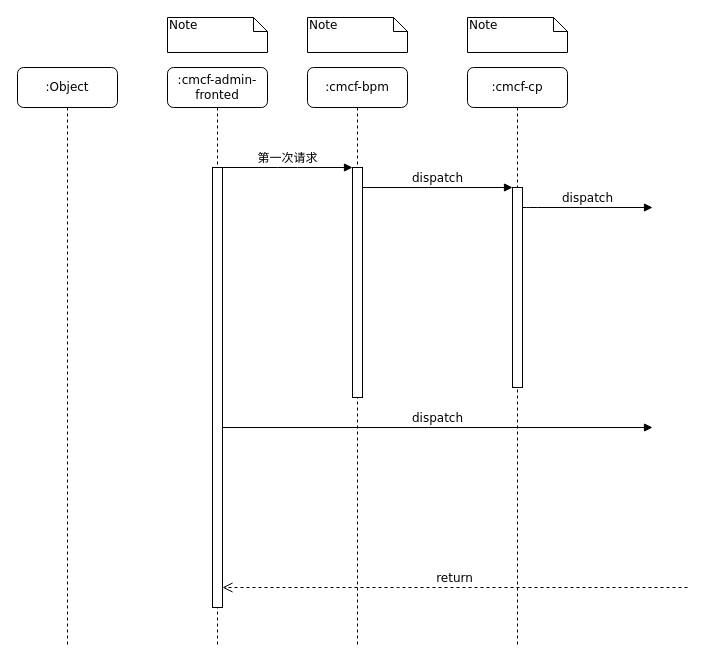
Before: Untitled Diagram.drawio in king-Fong/draws, a draw.io diagram. Source tidied: cells renumbered, new cells numbered last; positions are measured from the earlier drawing's top-left corner, leaving out a move shared by most shapes. Both pictures are drawn from the tidied source at 100%, with x=0, y=0 at pixel (17, 17).
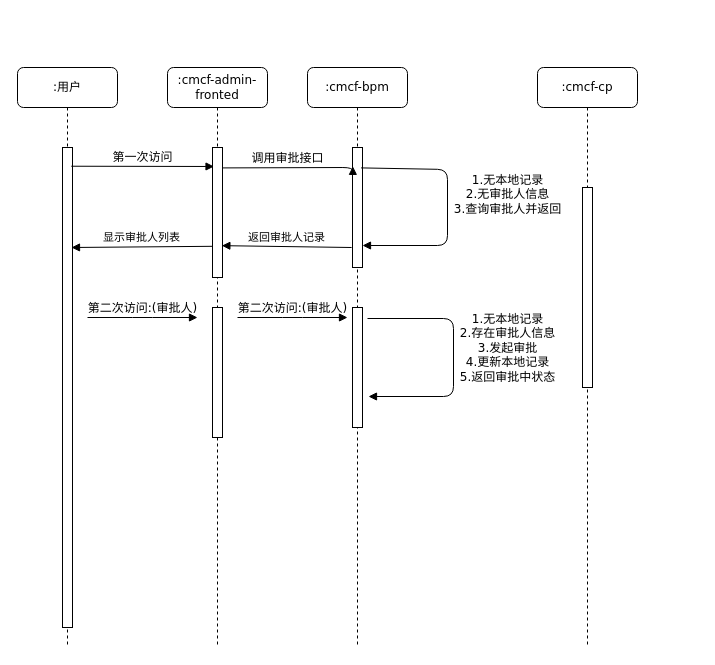
The same page after the edit.

Unchanged cells that the change refers to:
```xml
<mxCell id="2" value=":cmcf-bpm" style="shape=umlLifeline;perimeter=lifelinePerimeter;whiteSpace=wrap;html=1;rounded=1;shadow=0;comic=0;labelBackgroundColor=none;strokeWidth=1;fontFamily=Verdana;fontSize=12;align=center;" parent="1" vertex="1">
  <mxGeometry x="290" y="50" width="100" height="580" as="geometry" />
</mxCell>
<mxCell id="5" style="html=1;points=[];perimeter=orthogonalPerimeter;rounded=0;shadow=0;comic=0;labelBackgroundColor=none;strokeWidth=1;fontFamily=Verdana;fontSize=12;align=center;" parent="4" vertex="1">
  <mxGeometry x="45" y="120" width="10" height="200" as="geometry" />
</mxCell>
<mxCell id="6" value=":cmcf-admin-fronted" style="shape=umlLifeline;perimeter=lifelinePerimeter;whiteSpace=wrap;html=1;rounded=1;shadow=0;comic=0;labelBackgroundColor=none;strokeWidth=1;fontFamily=Verdana;fontSize=12;align=center;" parent="1" vertex="1">
  <mxGeometry x="150" y="50" width="100" height="580" as="geometry" />
</mxCell>
```

What changed in the source:
```diff
@@
     <mxCell id="3" style="html=1;points=[];perimeter=orthogonalPerimeter;rounded=0;shadow=0;comic=0;labelBackgroundColor=none;strokeWidth=1;fontFamily=Verdana;fontSize=12;align=center;" parent="2" vertex="1">
-      <mxGeometry x="45" y="100" width="10" height="230" as="geometry" />
+      <mxGeometry x="45" y="80" width="10" height="120" as="geometry" />
     </mxCell>
+    <mxCell id="17" value="1.无本地记录&lt;div&gt;2.无审批人信息&lt;br&gt;&lt;div&gt;3.查询审批人并返回&lt;/div&gt;&lt;/div&gt;" style="html=1;verticalAlign=bottom;endArrow=block;labelBackgroundColor=none;fontFamily=Verdana;fontSize=12;edgeStyle=elbowEdgeStyle;elbow=horizontal;exitX=0.859;exitY=0.17;exitDx=0;exitDy=0;exitPerimeter=0;" parent="2" edge="1" source="3" target="3">
+      <mxGeometry x="0.09" y="60" relative="1" as="geometry">
+        <Array as="points">
+          <mxPoint x="140" y="102" />
+        </Array>
+      </mxGeometry>
+    </mxCell>
+    <mxCell id="18" style="html=1;perimeter=orthogonalPerimeter;rounded=0;shadow=0;comic=0;labelBackgroundColor=none;strokeWidth=1;fontFamily=Verdana;fontSize=12;align=center;" parent="2" vertex="1">
+      <mxGeometry x="45" y="240" width="10" height="120" as="geometry" />
+    </mxCell>
     <mxCell id="4" value=":cmcf-cp" style="shape=umlLifeline;perimeter=lifelinePerimeter;whiteSpace=wrap;html=1;rounded=1;shadow=0;comic=0;labelBackgroundColor=none;strokeWidth=1;fontFamily=Verdana;fontSize=12;align=center;" parent="1" vertex="1">
-      <mxGeometry x="450" y="50" width="100" height="580" as="geometry" />
+      <mxGeometry x="520" y="50" width="100" height="580" as="geometry" />
     </mxCell>
@@
     <mxCell id="7" style="html=1;points=[];perimeter=orthogonalPerimeter;rounded=0;shadow=0;comic=0;labelBackgroundColor=none;strokeWidth=1;fontFamily=Verdana;fontSize=12;align=center;" parent="6" vertex="1">
-      <mxGeometry x="45" y="100" width="10" height="440" as="geometry" />
+      <mxGeometry x="45" y="80" width="10" height="130" as="geometry" />
     </mxCell>
-    <mxCell id="8" value="dispatch" style="html=1;verticalAlign=bottom;endArrow=block;labelBackgroundColor=none;fontFamily=Verdana;fontSize=12;edgeStyle=elbowEdgeStyle;elbow=vertical;" parent="1" edge="1" source="5">
-      <mxGeometry relative="1" as="geometry">
-        <mxPoint x="635" y="190" as="targetPoint" />
-        <Array as="points">
-          <mxPoint x="510" y="190" />
-        </Array>
-      </mxGeometry>
-    </mxCell>
-    <mxCell id="9" value="dispatch" style="html=1;verticalAlign=bottom;endArrow=block;entryX=0;entryY=0;labelBackgroundColor=none;fontFamily=Verdana;fontSize=12;" parent="1" edge="1" source="7">
-      <mxGeometry relative="1" as="geometry">
-        <mxPoint x="635" y="410" as="targetPoint" />
-      </mxGeometry>
-    </mxCell>
-    <mxCell id="10" value="return" style="html=1;verticalAlign=bottom;endArrow=open;dashed=1;endSize=8;labelBackgroundColor=none;fontFamily=Verdana;fontSize=12;edgeStyle=elbowEdgeStyle;elbow=vertical;" parent="1" edge="1" target="7">
-      <mxGeometry relative="1" as="geometry">
-        <mxPoint x="670" y="570" as="sourcePoint" />
-        <Array as="points">
-          <mxPoint x="370" y="570" />
-        </Array>
-      </mxGeometry>
-    </mxCell>
-    <mxCell id="11" value="第一次请求" style="html=1;verticalAlign=bottom;endArrow=block;entryX=0;entryY=0;labelBackgroundColor=none;fontFamily=Verdana;fontSize=12;edgeStyle=elbowEdgeStyle;elbow=vertical;" parent="1" edge="1" source="7" target="3">
-      <mxGeometry relative="1" as="geometry" />
-    </mxCell>
+    <mxCell id="19" value="第二次访问:(审批人)" style="html=1;verticalAlign=bottom;endArrow=block;labelBackgroundColor=none;fontFamily=Verdana;fontSize=12;edgeStyle=elbowEdgeStyle;elbow=vertical;" parent="6" edge="1">
+      <mxGeometry relative="1" as="geometry">
+        <mxPoint x="-80" y="250" as="sourcePoint" />
+        <mxPoint x="30" y="250" as="targetPoint" />
+      </mxGeometry>
+    </mxCell>
+    <mxCell id="20" style="html=1;perimeter=orthogonalPerimeter;rounded=0;shadow=0;comic=0;labelBackgroundColor=none;strokeWidth=1;fontFamily=Verdana;fontSize=12;align=center;" parent="6" vertex="1">
+      <mxGeometry x="45" y="240" width="10" height="130" as="geometry" />
+    </mxCell>
+    <mxCell id="21" value="第二次访问:(审批人)" style="html=1;verticalAlign=bottom;endArrow=block;labelBackgroundColor=none;fontFamily=Verdana;fontSize=12;edgeStyle=elbowEdgeStyle;elbow=vertical;" parent="6" edge="1">
+      <mxGeometry relative="1" as="geometry">
+        <mxPoint x="70" y="250" as="sourcePoint" />
+        <mxPoint x="180" y="250" as="targetPoint" />
+      </mxGeometry>
+    </mxCell>
-    <mxCell id="12" value="dispatch" style="html=1;verticalAlign=bottom;endArrow=block;entryX=0;entryY=0;labelBackgroundColor=none;fontFamily=Verdana;fontSize=12;edgeStyle=elbowEdgeStyle;elbow=vertical;" parent="1" edge="1" source="3" target="5">
+    <mxCell id="12" value="调用审批接口" style="html=1;verticalAlign=bottom;endArrow=block;labelBackgroundColor=none;fontFamily=Verdana;fontSize=12;edgeStyle=elbowEdgeStyle;elbow=vertical;exitX=0.976;exitY=0.157;exitDx=0;exitDy=0;exitPerimeter=0;entryX=0.035;entryY=0.157;entryDx=0;entryDy=0;entryPerimeter=0;" parent="1" edge="1" source="7" target="3">
       <mxGeometry relative="1" as="geometry" />
     </mxCell>
-    <mxCell id="13" value="Note" style="shape=note;whiteSpace=wrap;html=1;size=14;verticalAlign=top;align=left;spacingTop=-6;rounded=0;shadow=0;comic=0;labelBackgroundColor=none;strokeWidth=1;fontFamily=Verdana;fontSize=12;" parent="1" vertex="1">
-      <mxGeometry x="150" width="100" height="35" as="geometry" />
-    </mxCell>
-    <mxCell id="14" value="Note" style="shape=note;whiteSpace=wrap;html=1;size=14;verticalAlign=top;align=left;spacingTop=-6;rounded=0;shadow=0;comic=0;labelBackgroundColor=none;strokeWidth=1;fontFamily=Verdana;fontSize=12;" parent="1" vertex="1">
-      <mxGeometry x="290" width="100" height="35" as="geometry" />
-    </mxCell>
-    <mxCell id="15" value="Note" style="shape=note;whiteSpace=wrap;html=1;size=14;verticalAlign=top;align=left;spacingTop=-6;rounded=0;shadow=0;comic=0;labelBackgroundColor=none;strokeWidth=1;fontFamily=Verdana;fontSize=12;" parent="1" vertex="1">
-      <mxGeometry x="450" width="100" height="35" as="geometry" />
-    </mxCell>
-    <mxCell id="16" value=":Object" style="shape=umlLifeline;perimeter=lifelinePerimeter;whiteSpace=wrap;html=1;rounded=1;shadow=0;comic=0;labelBackgroundColor=none;strokeWidth=1;fontFamily=Verdana;fontSize=12;align=center;" parent="1" vertex="1">
+    <mxCell id="16" value=":用户" style="shape=umlLifeline;perimeter=lifelinePerimeter;whiteSpace=wrap;html=1;rounded=1;shadow=0;comic=0;labelBackgroundColor=none;strokeWidth=1;fontFamily=Verdana;fontSize=12;align=center;" parent="1" vertex="1">
       <mxGeometry y="50" width="100" height="580" as="geometry" />
     </mxCell>
+    <mxCell id="22" style="html=1;points=[];perimeter=orthogonalPerimeter;rounded=0;shadow=0;comic=0;labelBackgroundColor=none;strokeWidth=1;fontFamily=Verdana;fontSize=12;align=center;" parent="16" vertex="1">
+      <mxGeometry x="45" y="80" width="10" height="480" as="geometry" />
+    </mxCell>
+    <mxCell id="23" value="第一次访问" style="html=1;verticalAlign=bottom;endArrow=block;labelBackgroundColor=none;fontFamily=Verdana;fontSize=12;edgeStyle=elbowEdgeStyle;elbow=vertical;exitX=0.878;exitY=0.039;exitDx=0;exitDy=0;exitPerimeter=0;entryX=0.153;entryY=0.148;entryDx=0;entryDy=0;entryPerimeter=0;" parent="1" edge="1" source="22" target="7">
+      <mxGeometry relative="1" as="geometry" />
+    </mxCell>
+    <mxCell id="24" value="返回审批人记录" style="html=1;verticalAlign=bottom;endArrow=block;curved=0;rounded=0;entryX=0.937;entryY=0.755;entryDx=0;entryDy=0;entryPerimeter=0;" parent="1" edge="1" target="7">
+      <mxGeometry relative="1" as="geometry">
+        <mxPoint x="334.1" y="230" as="sourcePoint" />
+      </mxGeometry>
+    </mxCell>
+    <mxCell id="25" value="显示审批人列表" style="html=1;verticalAlign=bottom;endArrow=block;curved=0;rounded=0;entryX=0.898;entryY=0.228;entryDx=0;entryDy=0;entryPerimeter=0;exitX=0.044;exitY=0.76;exitDx=0;exitDy=0;exitPerimeter=0;" parent="1" edge="1" source="7">
+      <mxGeometry relative="1" as="geometry">
+        <mxPoint x="54" y="230" as="targetPoint" />
+      </mxGeometry>
+    </mxCell>
+    <mxCell id="26" value="1.无本地记录&lt;div&gt;2.存在审批人信息&lt;/div&gt;&lt;div&gt;3.发起审批&lt;/div&gt;&lt;div&gt;4.更新本地记录&lt;/div&gt;&lt;div&gt;5.返回审批中状态&lt;/div&gt;" style="html=1;verticalAlign=bottom;endArrow=block;labelBackgroundColor=none;fontFamily=Verdana;fontSize=12;edgeStyle=elbowEdgeStyle;elbow=horizontal;exitX=0.859;exitY=0.17;exitDx=0;exitDy=0;exitPerimeter=0;" parent="1" edge="1">
+      <mxGeometry x="0.24" y="54" relative="1" as="geometry">
+        <mxPoint x="350" y="301" as="sourcePoint" />
+        <mxPoint x="351" y="379" as="targetPoint" />
+        <Array as="points">
+          <mxPoint x="436" y="303" />
+        </Array>
+      </mxGeometry>
+    </mxCell>
```
